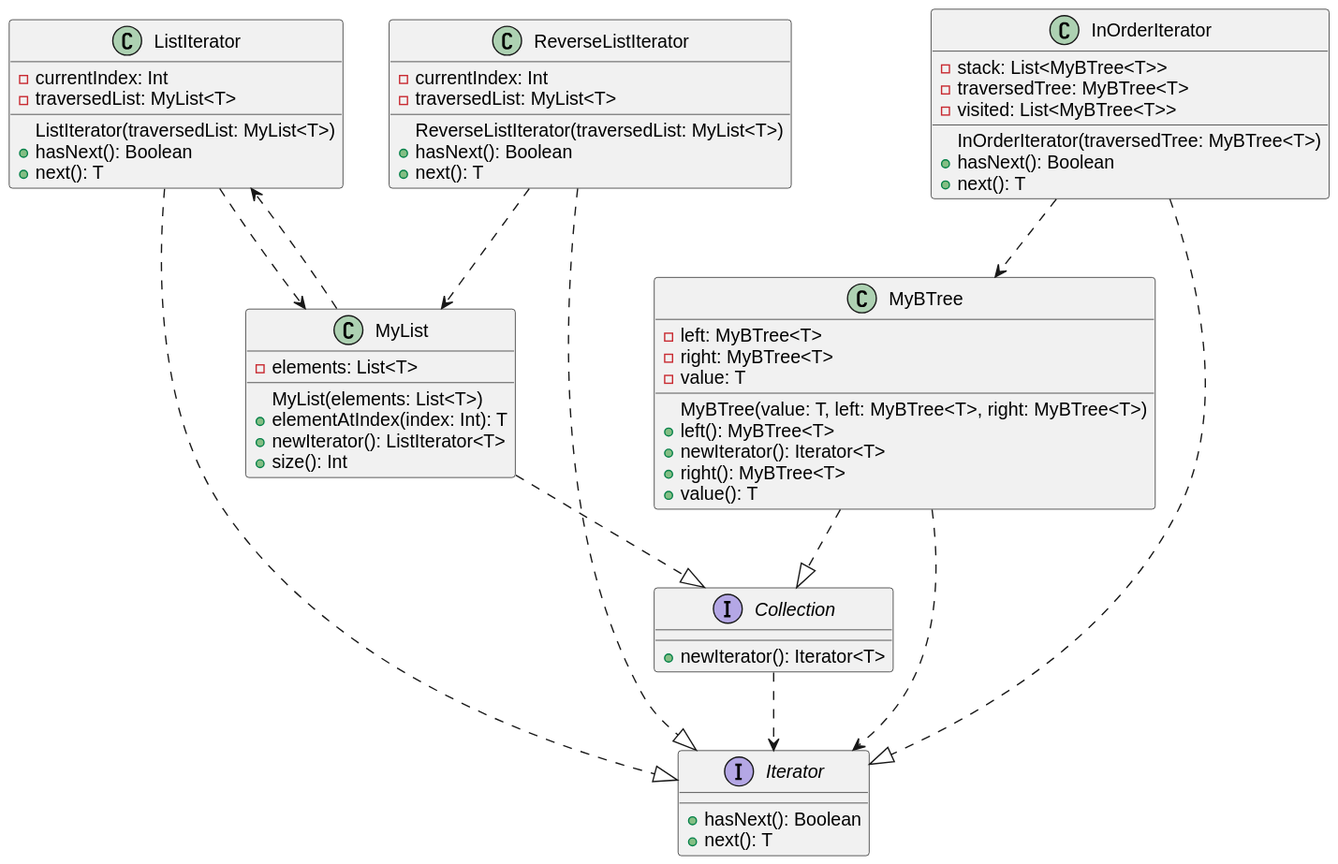
The PlantUML diagram Markdown Lecture Notes and Lab Exercises/uml/umlOutputs/Iterator.svg in HowDoIGitHelp/CMSC23MDNotes, before a commit.
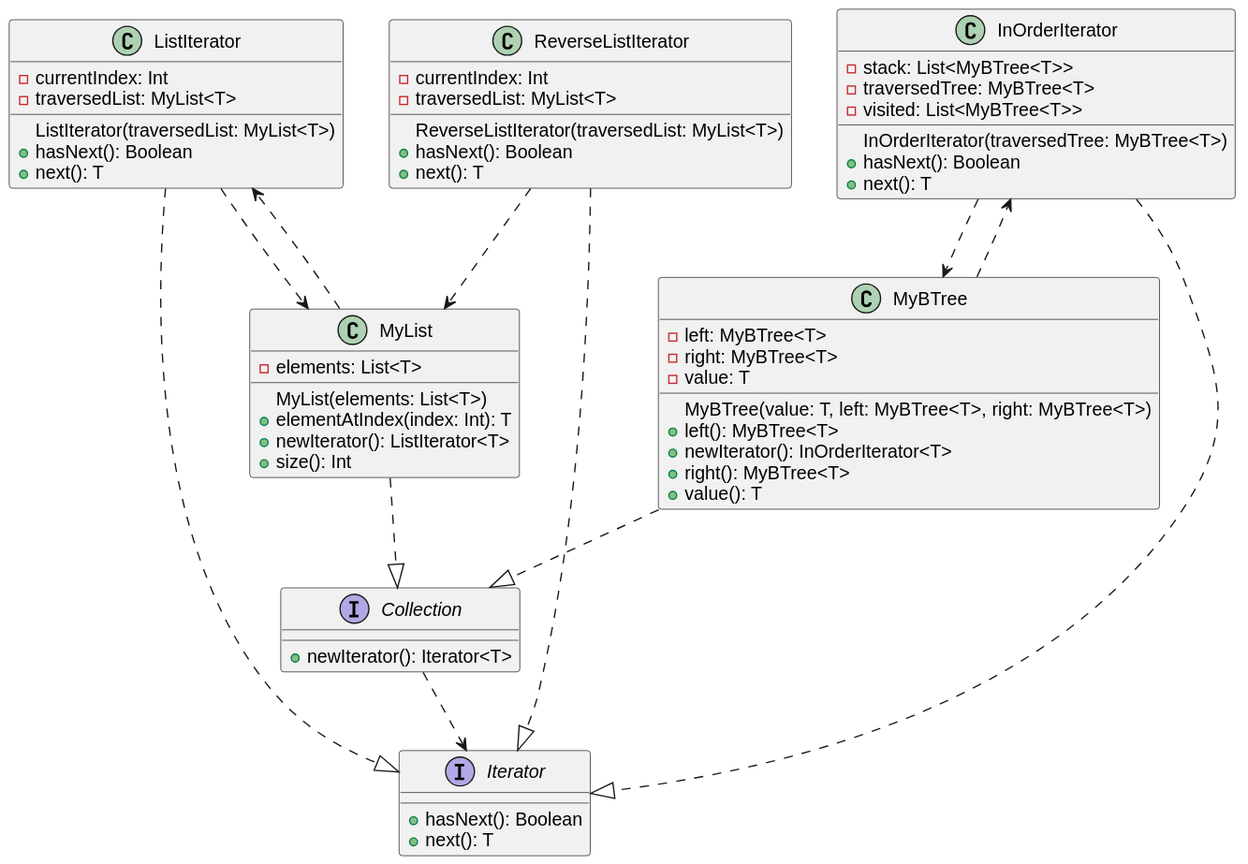
After the change.

Commit message:
update uml diagram relationship for MyBTreeIterator

The edit, as a diff of the source:
```diff
@@ -49,7 +49,7 @@
     - right: MyBTree<T>
     - value: T
     + left(): MyBTree<T>
-    + newIterator(): Iterator<T>
+    + newIterator(): InOrderIterator<T>
     + right(): MyBTree<T>
     + value(): T
 }
@@ -70,6 +70,6 @@
 ListIterator ..> MyList
 ReverseListIterator ..> MyList
 MyList ..> ListIterator
-MyBTree ..> Iterator
+MyBTree ..> InOrderIterator
 InOrderIterator ..> MyBTree
 @enduml
```
